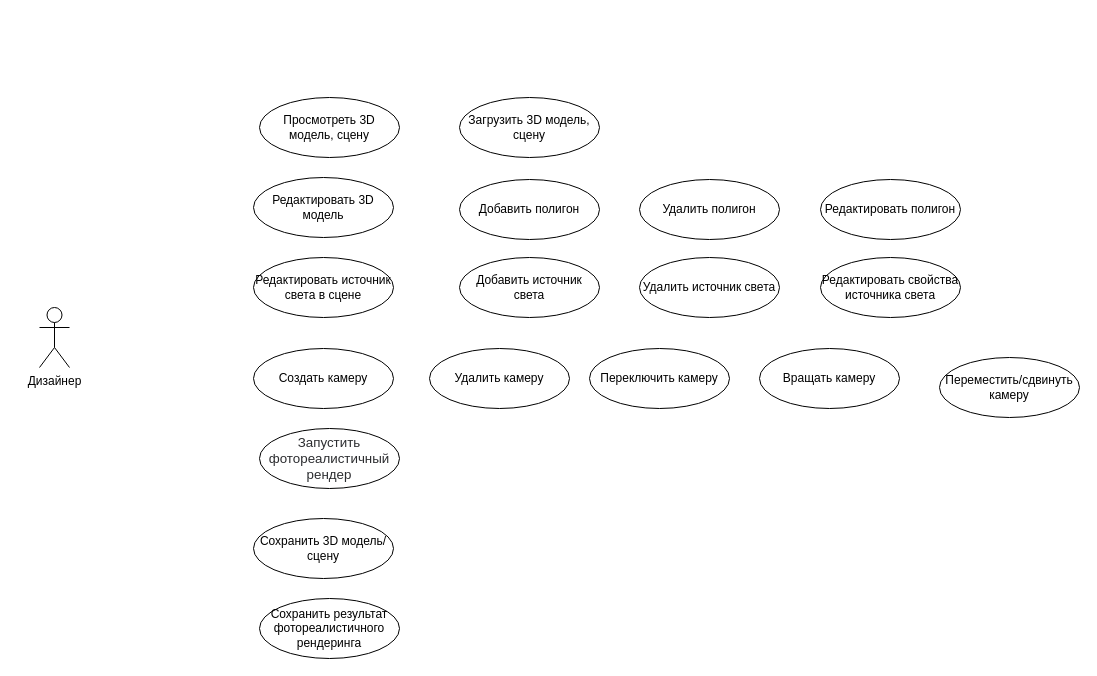
Before: module_2/Use Case Diagram.drawio in SheinEA/gb_architect, a draw.io diagram. Source tidied: cells renumbered, new cells numbered last; positions are measured from the earlier drawing's top-left corner, leaving out a move shared by most shapes. Both pictures are drawn from the tidied source at 100%, with x=0, y=0 at pixel (39, 97).
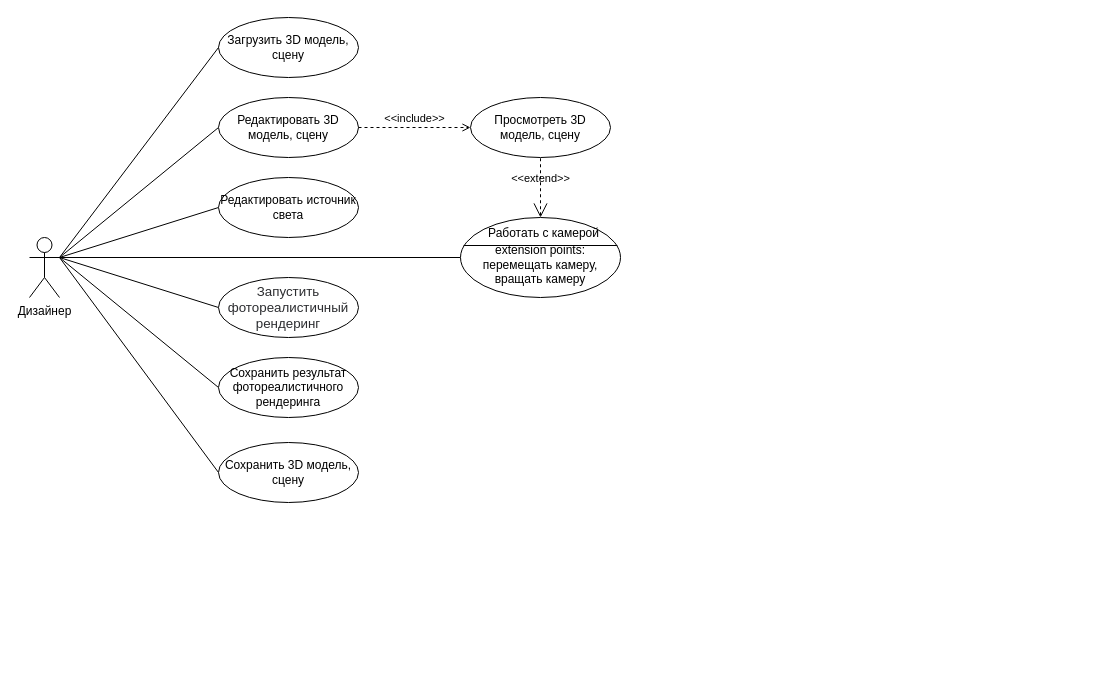
Above is the later version.

Diff of the diagram source:
```diff
@@
     <mxCell id="2" value="Загрузить 3D модель, сцену" style="ellipse;whiteSpace=wrap;html=1;" parent="1" vertex="1">
-      <mxGeometry x="420" width="140" height="60" as="geometry" />
+      <mxGeometry x="179" y="-80" width="140" height="60" as="geometry" />
     </mxCell>
+    <mxCell id="21" style="edgeStyle=none;rounded=0;jettySize=auto;html=1;exitX=1;exitY=0.3333333333333333;exitDx=0;exitDy=0;exitPerimeter=0;entryX=0;entryY=0.5;entryDx=0;entryDy=0;endArrow=none;endFill=0;" parent="1" edge="1" source="3" target="2">
+      <mxGeometry relative="1" as="geometry" />
+    </mxCell>
+    <mxCell id="22" style="edgeStyle=none;rounded=0;jettySize=auto;html=1;exitX=1;exitY=0.3333333333333333;exitDx=0;exitDy=0;exitPerimeter=0;entryX=0;entryY=0.5;entryDx=0;entryDy=0;endArrow=none;endFill=0;" parent="1" edge="1" source="3" target="6">
+      <mxGeometry relative="1" as="geometry" />
+    </mxCell>
+    <mxCell id="23" style="edgeStyle=none;rounded=0;jettySize=auto;html=1;exitX=1;exitY=0.3333333333333333;exitDx=0;exitDy=0;exitPerimeter=0;entryX=0;entryY=0.5;entryDx=0;entryDy=0;endArrow=none;endFill=0;entryPerimeter=0;" parent="1" edge="1" source="3" target="30">
+      <mxGeometry relative="1" as="geometry" />
+    </mxCell>
+    <mxCell id="24" style="edgeStyle=none;rounded=0;jettySize=auto;html=1;exitX=1;exitY=0.3333333333333333;exitDx=0;exitDy=0;exitPerimeter=0;entryX=0;entryY=0.5;entryDx=0;entryDy=0;endArrow=none;endFill=0;" parent="1" edge="1" source="3" target="13">
+      <mxGeometry relative="1" as="geometry" />
+    </mxCell>
+    <mxCell id="25" style="edgeStyle=none;rounded=0;jettySize=auto;html=1;exitX=1;exitY=0.3333333333333333;exitDx=0;exitDy=0;exitPerimeter=0;entryX=0;entryY=0.5;entryDx=0;entryDy=0;endArrow=none;endFill=0;" parent="1" edge="1" source="3" target="14">
+      <mxGeometry relative="1" as="geometry" />
+    </mxCell>
+    <mxCell id="26" style="edgeStyle=none;rounded=0;jettySize=auto;html=1;exitX=1;exitY=0.3333333333333333;exitDx=0;exitDy=0;exitPerimeter=0;entryX=0;entryY=0.5;entryDx=0;entryDy=0;endArrow=none;endFill=0;" parent="1" edge="1" source="3" target="8">
+      <mxGeometry relative="1" as="geometry" />
+    </mxCell>
+    <mxCell id="27" style="edgeStyle=none;rounded=0;jettySize=auto;html=1;exitX=1;exitY=0.3333333333333333;exitDx=0;exitDy=0;exitPerimeter=0;entryX=0;entryY=0.5;entryDx=0;entryDy=0;endArrow=none;endFill=0;" parent="1" edge="1" source="3" target="7">
+      <mxGeometry relative="1" as="geometry" />
+    </mxCell>
     <mxCell id="3" value="Дизайнер" style="shape=umlActor;verticalLabelPosition=bottom;verticalAlign=top;html=1;" parent="1" vertex="1">
-      <mxGeometry y="210" width="30" height="60" as="geometry" />
+      <mxGeometry x="-10" y="140" width="30" height="60" as="geometry" />
     </mxCell>
     <mxCell id="4" value="Просмотреть 3D модель, сцену" style="ellipse;whiteSpace=wrap;html=1;" parent="1" vertex="1">
-      <mxGeometry x="220" width="140" height="60" as="geometry" />
+      <mxGeometry x="431" width="140" height="60" as="geometry" />
     </mxCell>
-    <mxCell id="5" value="Создать камеру" style="ellipse;whiteSpace=wrap;html=1;" parent="1" vertex="1">
-      <mxGeometry x="214" y="251" width="140" height="60" as="geometry" />
-    </mxCell>
-    <mxCell id="6" value="Редактировать 3D модель" style="ellipse;whiteSpace=wrap;html=1;" parent="1" vertex="1">
-      <mxGeometry x="214" y="80" width="140" height="60" as="geometry" />
+    <mxCell id="6" value="Редактировать 3D модель, сцену" style="ellipse;whiteSpace=wrap;html=1;" parent="1" vertex="1">
+      <mxGeometry x="179" width="140" height="60" as="geometry" />
     </mxCell>
-    <mxCell id="7" value="Сохранить 3D модель/сцену" style="ellipse;whiteSpace=wrap;html=1;" parent="1" vertex="1">
-      <mxGeometry x="214" y="421" width="140" height="60" as="geometry" />
+    <mxCell id="7" value="Сохранить 3D модель, сцену" style="ellipse;whiteSpace=wrap;html=1;" parent="1" vertex="1">
+      <mxGeometry x="179" y="345" width="140" height="60" as="geometry" />
     </mxCell>
     <mxCell id="8" value="Сохранить результат фотореалистичного рендеринга" style="ellipse;whiteSpace=wrap;html=1;" parent="1" vertex="1">
-      <mxGeometry x="220" y="501" width="140" height="60" as="geometry" />
+      <mxGeometry x="179" y="260" width="140" height="60" as="geometry" />
     </mxCell>
-    <mxCell id="9" value="Переместить/сдвинуть камеру" style="ellipse;whiteSpace=wrap;html=1;" parent="1" vertex="1">
-      <mxGeometry x="900" y="260" width="140" height="60" as="geometry" />
-    </mxCell>
-    <mxCell id="10" value="Вращать камеру" style="ellipse;whiteSpace=wrap;html=1;" parent="1" vertex="1">
-      <mxGeometry x="720" y="251" width="140" height="60" as="geometry" />
-    </mxCell>
-    <mxCell id="11" value="Переключить камеру" style="ellipse;whiteSpace=wrap;html=1;" parent="1" vertex="1">
-      <mxGeometry x="550" y="251" width="140" height="60" as="geometry" />
-    </mxCell>
-    <mxCell id="12" value="Удалить камеру" style="ellipse;whiteSpace=wrap;html=1;" parent="1" vertex="1">
-      <mxGeometry x="390" y="251" width="140" height="60" as="geometry" />
-    </mxCell>
-    <mxCell id="13" value="Редактировать источник света в сцене" style="ellipse;whiteSpace=wrap;html=1;" parent="1" vertex="1">
-      <mxGeometry x="214" y="160" width="140" height="60" as="geometry" />
+    <mxCell id="13" value="Редактировать источник света" style="ellipse;whiteSpace=wrap;html=1;" parent="1" vertex="1">
+      <mxGeometry x="179" y="80" width="140" height="60" as="geometry" />
     </mxCell>
-    <mxCell id="14" value="&lt;span id=&quot;docs-internal-guid-07935baf-7fff-c7c5-6f66-7052401fd73c&quot;&gt;&lt;span style=&quot;font-size: 10pt ; font-family: &amp;#34;arial&amp;#34; ; color: rgb(44 , 45 , 48) ; background-color: transparent ; vertical-align: baseline&quot;&gt;Запустить фотореалистичный рендер&lt;/span&gt;&lt;/span&gt;" style="ellipse;whiteSpace=wrap;html=1;" parent="1" vertex="1">
-      <mxGeometry x="220" y="331" width="140" height="60" as="geometry" />
+    <mxCell id="14" value="&lt;span id=&quot;docs-internal-guid-07935baf-7fff-c7c5-6f66-7052401fd73c&quot;&gt;&lt;span style=&quot;font-size: 10pt ; font-family: &amp;#34;arial&amp;#34; ; color: rgb(44 , 45 , 48) ; background-color: transparent ; vertical-align: baseline&quot;&gt;Запустить фотореалистичный рендеринг&lt;/span&gt;&lt;/span&gt;" style="ellipse;whiteSpace=wrap;html=1;" parent="1" vertex="1">
+      <mxGeometry x="179" y="180" width="140" height="60" as="geometry" />
     </mxCell>
-    <mxCell id="15" value="Добавить полигон" style="ellipse;whiteSpace=wrap;html=1;" parent="1" vertex="1">
-      <mxGeometry x="420" y="82" width="140" height="60" as="geometry" />
-    </mxCell>
-    <mxCell id="16" value="Удалить полигон" style="ellipse;whiteSpace=wrap;html=1;" parent="1" vertex="1">
-      <mxGeometry x="600" y="82" width="140" height="60" as="geometry" />
-    </mxCell>
-    <mxCell id="17" value="Редактировать полигон" style="ellipse;whiteSpace=wrap;html=1;" parent="1" vertex="1">
-      <mxGeometry x="781" y="82" width="140" height="60" as="geometry" />
-    </mxCell>
-    <mxCell id="18" value="Добавить источник света" style="ellipse;whiteSpace=wrap;html=1;" parent="1" vertex="1">
-      <mxGeometry x="420" y="160" width="140" height="60" as="geometry" />
-    </mxCell>
-    <mxCell id="19" value="Удалить источник света" style="ellipse;whiteSpace=wrap;html=1;" parent="1" vertex="1">
-      <mxGeometry x="600" y="160" width="140" height="60" as="geometry" />
-    </mxCell>
-    <mxCell id="20" value="Редактировать свойства источника света" style="ellipse;whiteSpace=wrap;html=1;" parent="1" vertex="1">
-      <mxGeometry x="781" y="160" width="140" height="60" as="geometry" />
-    </mxCell>
+    <mxCell id="28" value="&amp;lt;&amp;lt;include&amp;gt;&amp;gt;" style="edgeStyle=none;html=1;endArrow=open;verticalAlign=bottom;dashed=1;labelBackgroundColor=none;exitX=1;exitY=0.5;exitDx=0;exitDy=0;entryX=0;entryY=0.5;entryDx=0;entryDy=0;" parent="1" edge="1" source="6" target="4">
+      <mxGeometry relative="1" as="geometry" />
+    </mxCell>
+    <mxCell id="29" value="&amp;lt;&amp;lt;extend&amp;gt;&amp;gt;" style="edgeStyle=none;html=1;startArrow=open;endArrow=none;startSize=12;verticalAlign=bottom;dashed=1;labelBackgroundColor=none;entryX=0.5;entryY=1;entryDx=0;entryDy=0;exitX=0.5;exitY=0;exitDx=0;exitDy=0;exitPerimeter=0;" parent="1" edge="1" source="30" target="4">
+      <mxGeometry relative="1" as="geometry" />
+    </mxCell>
+    <mxCell id="30" value="&lt;br&gt;extension points:&lt;br&gt;перемещать камеру, вращать камеру" style="html=1;shape=mxgraph.sysml.useCaseExtPt;whiteSpace=wrap;align=center;" parent="1" vertex="1">
+      <mxGeometry x="421" y="120" width="160" height="80" as="geometry" />
+    </mxCell>
+    <mxCell id="31" value="&lt;span style=&quot;font-weight: 400&quot;&gt;Работать с камерой&lt;/span&gt;" style="html=1;verticalAlign=middle;align=center;labelBackgroundColor=none;fontStyle=1;" parent="30" vertex="1">
+      <mxGeometry x="80" y="17" as="geometry">
+        <mxPoint x="2" y="-2" as="offset" />
+      </mxGeometry>
+    </mxCell>
```
